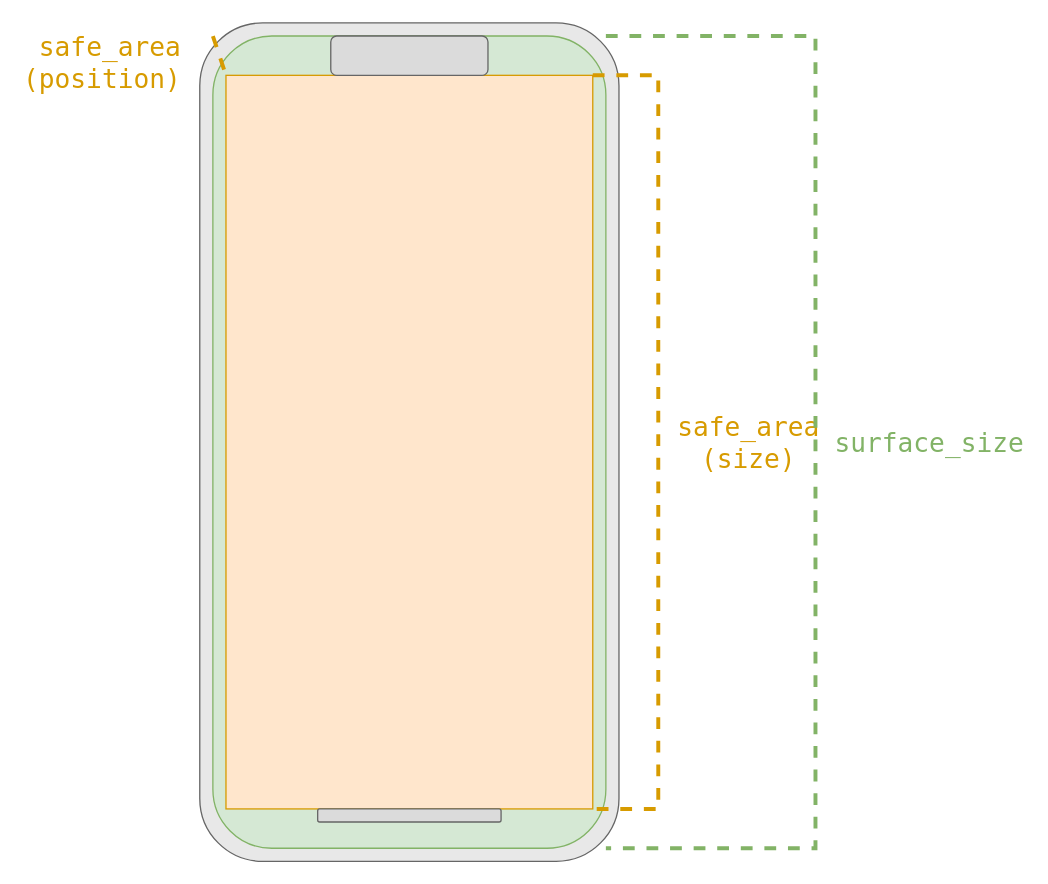
The draw.io diagram page "mobile" (2 of 2) of docs/res/coordinate-systems.drawio in rust-windowing/winit, before the edit. Source tidied: cells renumbered, new cells numbered last; positions are measured from the earlier drawing's top-left corner, leaving out a move shared by most shapes. Both pictures are drawn from the tidied source at 131%, with x=0, y=0 at pixel (199, 22).
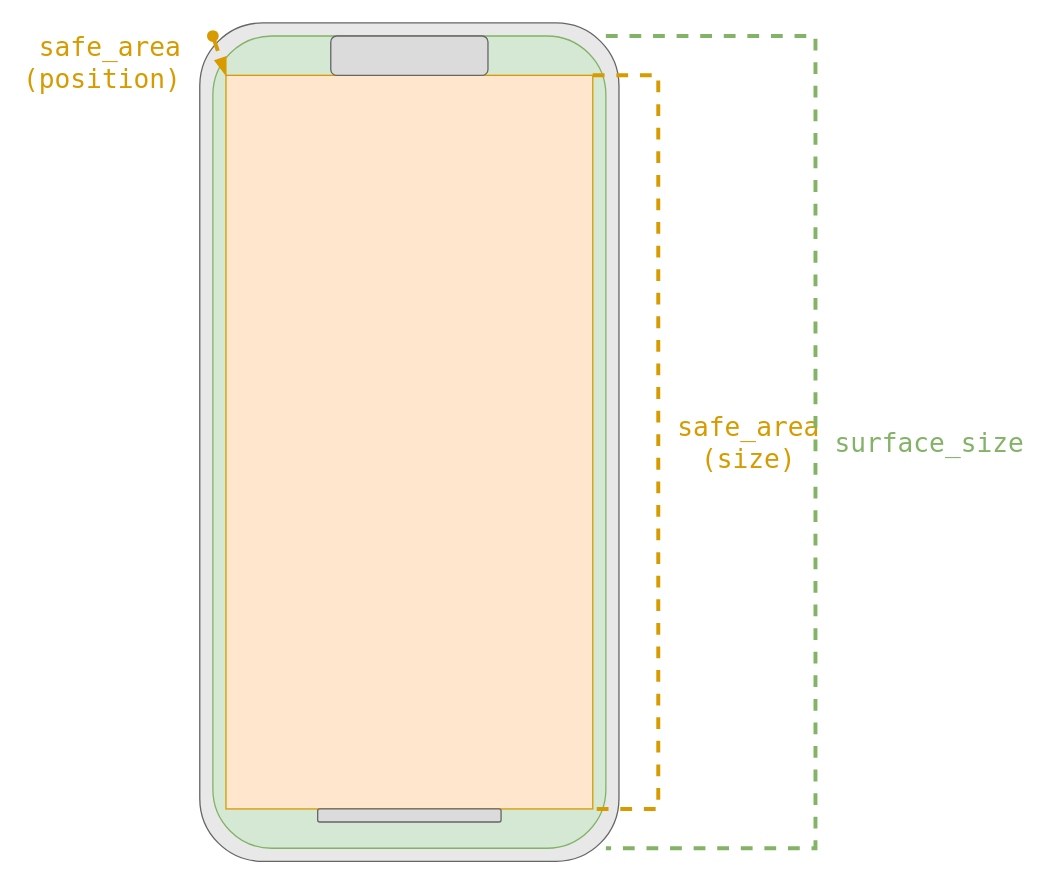
After the change.

Commit message (it also covers changes not shown here):
Add dot and arrow to the start and end of position indicators

Diff of the diagram source:
```diff
@@
 <mxGraphModel>
   <root>
     <mxCell id="0" />
     <mxCell id="1" parent="0" />
     <mxCell id="2" style="rounded=1;whiteSpace=wrap;html=1;fillColor=#E8E8E8;fontColor=#333333;strokeColor=#666666;" parent="1" vertex="1">
       <mxGeometry width="320" height="640" as="geometry" />
     </mxCell>
     <mxCell id="3" style="rounded=1;whiteSpace=wrap;html=1;shadow=0;fillColor=#d5e8d4;strokeColor=#82b366;" parent="1" vertex="1">
       <mxGeometry x="10" y="10" width="300" height="620" as="geometry" />
     </mxCell>
     <mxCell id="4" style="rounded=0;whiteSpace=wrap;html=1;shadow=0;fillColor=#ffe6cc;strokeColor=#d79b00;" parent="1" vertex="1">
       <mxGeometry x="20" y="40" width="280" height="560" as="geometry" />
     </mxCell>
     <mxCell id="5" style="rounded=1;whiteSpace=wrap;html=1;fillColor=#DBDBDB;strokeColor=#666666;fontColor=#333333;" parent="1" vertex="1">
       <mxGeometry x="90" y="600" width="140" height="10" as="geometry" />
     </mxCell>
     <mxCell id="6" style="rounded=1;whiteSpace=wrap;html=1;fillColor=#DBDBDB;strokeColor=#666666;fontColor=#333333;" parent="1" vertex="1">
       <mxGeometry x="100" y="10" width="120" height="30" as="geometry" />
     </mxCell>
     <mxCell id="7" value="&lt;div&gt;safe_area&lt;/div&gt;&lt;div align=&quot;center&quot;&gt;(size)&lt;/div&gt;" style="endArrow=none;html=1;strokeWidth=3;rounded=0;dashed=1;align=left;fontSize=20;fontFamily=monospace;fontColor=#D79B00;labelBackgroundColor=none;spacingLeft=15;spacingRight=15;spacing=0;fillColor=#ffe6cc;strokeColor=#d79b00;exitX=1;exitY=0;exitDx=0;exitDy=0;" parent="1" edge="1" source="4">
       <mxGeometry relative="1" as="geometry">
         <mxPoint x="300" y="600" as="targetPoint" />
         <Array as="points">
           <mxPoint x="350" y="40" />
           <mxPoint x="350" y="600" />
         </Array>
       </mxGeometry>
     </mxCell>
     <mxCell id="8" value="&lt;font&gt;surface_size&lt;/font&gt;" style="endArrow=none;html=1;strokeWidth=3;rounded=0;dashed=1;align=left;fontSize=20;fontFamily=monospace;fontColor=#82B366;labelBackgroundColor=none;spacingLeft=15;spacingRight=15;spacing=0;fillColor=#d5e8d4;strokeColor=#82b366;exitX=1;exitY=0;exitDx=0;exitDy=0;" parent="1" edge="1" source="3">
       <mxGeometry relative="1" as="geometry">
         <mxPoint x="310" y="630" as="targetPoint" />
         <Array as="points">
           <mxPoint x="470" y="10" />
           <mxPoint x="470" y="630" />
         </Array>
       </mxGeometry>
     </mxCell>
-    <mxCell id="9" value="&lt;div&gt;safe_area&lt;/div&gt;&lt;div align=&quot;center&quot;&gt;(position)&lt;/div&gt;" style="endArrow=none;html=1;strokeWidth=3;rounded=0;dashed=1;align=right;fontSize=20;fontFamily=monospace;fontColor=#D79B00;labelBackgroundColor=none;spacingLeft=0;spacingRight=15;spacing=0;fillColor=#ffe6cc;strokeColor=#d79b00;exitX=0;exitY=0;exitDx=0;exitDy=0;entryX=0;entryY=0;entryDx=0;entryDy=0;" parent="1" edge="1" source="3" target="4">
-      <mxGeometry y="-16" relative="1" as="geometry" />
+    <mxCell id="9" value="&lt;div&gt;safe_area&lt;/div&gt;&lt;div align=&quot;center&quot;&gt;(position)&lt;/div&gt;" style="endArrow=blockThin;html=1;strokeWidth=3;rounded=0;dashed=1;align=right;fontSize=20;fontFamily=monospace;fontColor=#D79B00;labelBackgroundColor=none;spacingLeft=0;spacingRight=15;spacing=0;fillColor=#ffe6cc;strokeColor=#d79b00;entryX=0;entryY=0;entryDx=0;entryDy=0;startArrow=oval;startFill=1;endFill=1;" parent="1" edge="1" target="4">
+      <mxGeometry y="-16" relative="1" as="geometry">
+        <mxPoint x="10" y="10" as="sourcePoint" />
+      </mxGeometry>
     </mxCell>
   </root>
 </mxGraphModel>
```
